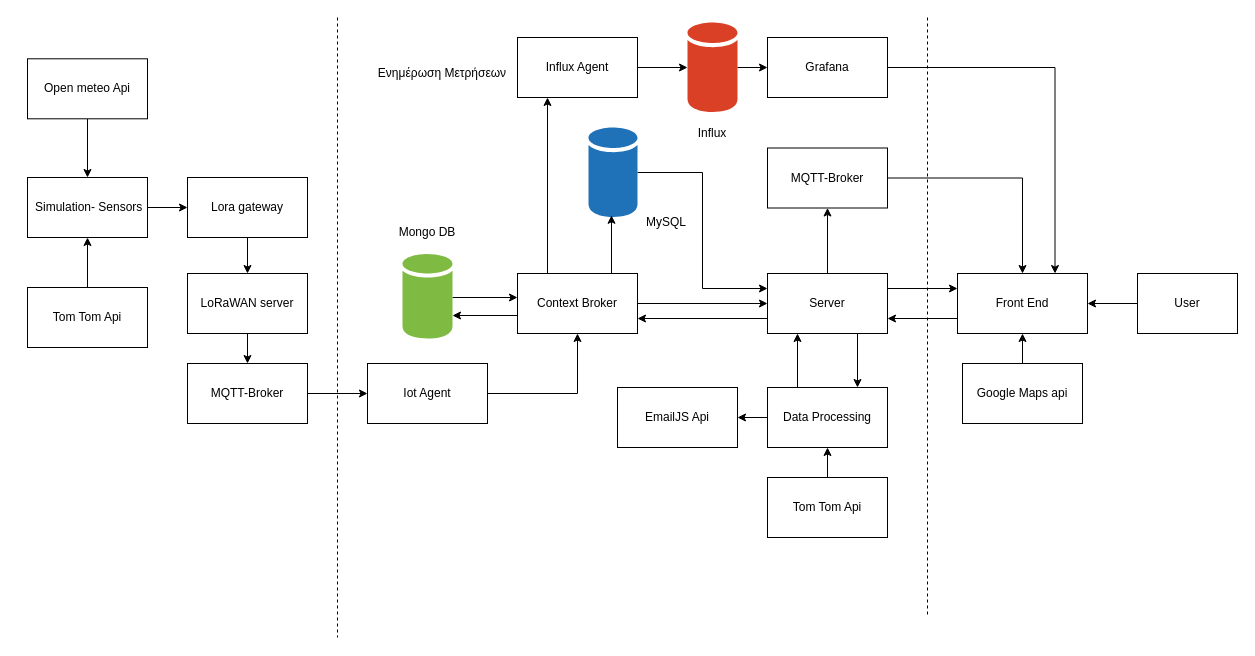
StavropoulosK/Internet-of-Things--Smart-City-Parking--Mqtt--Websockets--Grafana--Influxdb keeps this draw.io diagram as Presentations/Final/architecture.drawio. Above is the earlier version. Source tidied: cells renumbered, new cells numbered last; positions are measured from the earlier drawing's top-left corner, leaving out a move shared by most shapes. Both pictures are drawn from the tidied source at 100%, with x=0, y=0 at pixel (27, 17).
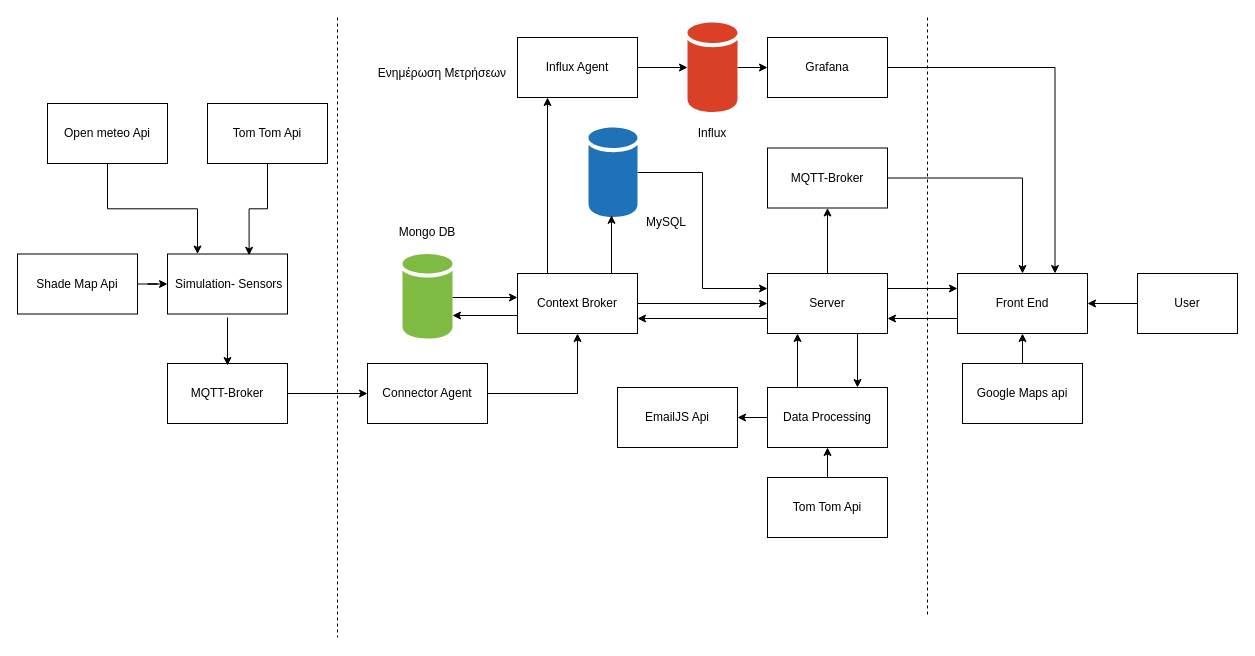
The same page after the edit.

Diff of the diagram source:
```diff
@@
     <mxCell id="3" value="MQTT-Broker" style="rounded=0;whiteSpace=wrap;html=1;" parent="1" vertex="1">
-      <mxGeometry x="160" y="346" width="120" height="60" as="geometry" />
+      <mxGeometry x="140" y="346" width="120" height="60" as="geometry" />
     </mxCell>
@@
-    <mxCell id="19" style="edgeStyle=orthogonalEdgeStyle;rounded=0;jettySize=auto;html=1;" parent="1" edge="1" source="20" target="28">
-      <mxGeometry relative="1" as="geometry" />
-    </mxCell>
     <mxCell id="20" value="&amp;nbsp;Simulation- Sensors" style="rounded=0;whiteSpace=wrap;html=1;" parent="1" vertex="1">
-      <mxGeometry y="160" width="120" height="60" as="geometry" />
+      <mxGeometry x="140" y="236.5" width="120" height="60" as="geometry" />
     </mxCell>
@@
-    <mxCell id="22" value="Iot Agent" style="rounded=0;whiteSpace=wrap;html=1;" parent="1" vertex="1">
+    <mxCell id="22" value="Connector Agent" style="rounded=0;whiteSpace=wrap;html=1;" parent="1" vertex="1">
       <mxGeometry x="340" y="346" width="120" height="60" as="geometry" />
     </mxCell>
@@
-    <mxCell id="25" style="edgeStyle=orthogonalEdgeStyle;rounded=0;jettySize=auto;html=1;" parent="1" edge="1" source="26" target="20">
+    <mxCell id="25" style="edgeStyle=orthogonalEdgeStyle;rounded=0;jettySize=auto;html=1;exitX=0.5;exitY=1;exitDx=0;exitDy=0;entryX=0.25;entryY=0;entryDx=0;entryDy=0;" parent="1" edge="1" source="26" target="20">
       <mxGeometry relative="1" as="geometry" />
     </mxCell>
     <mxCell id="26" value="Open meteo Api" style="rounded=0;whiteSpace=wrap;html=1;" parent="1" vertex="1">
-      <mxGeometry y="41.3" width="120" height="60" as="geometry" />
+      <mxGeometry x="20" y="86" width="120" height="60" as="geometry" />
     </mxCell>
-    <mxCell id="27" style="edgeStyle=orthogonalEdgeStyle;rounded=0;jettySize=auto;html=1;" parent="1" edge="1" source="28" target="30">
-      <mxGeometry relative="1" as="geometry" />
-    </mxCell>
-    <mxCell id="28" value="Lora gateway" style="rounded=0;whiteSpace=wrap;html=1;" parent="1" vertex="1">
-      <mxGeometry x="160" y="160" width="120" height="60" as="geometry" />
-    </mxCell>
-    <mxCell id="29" style="edgeStyle=orthogonalEdgeStyle;rounded=0;jettySize=auto;html=1;" parent="1" edge="1" source="30" target="3">
-      <mxGeometry relative="1" as="geometry" />
-    </mxCell>
-    <mxCell id="30" value="LoRaWAN server" style="rounded=0;whiteSpace=wrap;html=1;" parent="1" vertex="1">
-      <mxGeometry x="160" y="256" width="120" height="60" as="geometry" />
-    </mxCell>
@@
-    <mxCell id="51" style="edgeStyle=orthogonalEdgeStyle;rounded=0;jettySize=auto;html=1;" parent="1" edge="1" source="52" target="20">
-      <mxGeometry relative="1" as="geometry" />
-    </mxCell>
     <mxCell id="52" value="Tom Tom Api" style="rounded=0;whiteSpace=wrap;html=1;" parent="1" vertex="1">
-      <mxGeometry y="270" width="120" height="60" as="geometry" />
+      <mxGeometry x="180" y="86" width="120" height="60" as="geometry" />
     </mxCell>
@@
+    <mxCell id="51" style="edgeStyle=orthogonalEdgeStyle;rounded=0;jettySize=auto;html=1;exitX=0.5;exitY=1;exitDx=0;exitDy=0;entryX=0.68;entryY=0.022;entryDx=0;entryDy=0;entryPerimeter=0;" parent="1" edge="1" source="52" target="20">
+      <mxGeometry relative="1" as="geometry" />
+    </mxCell>
+    <mxCell id="57" style="edgeStyle=orthogonalEdgeStyle;rounded=0;orthogonalLoop=1;jettySize=auto;html=1;entryX=0.68;entryY=0.022;entryDx=0;entryDy=0;entryPerimeter=0;" parent="1" edge="1">
+      <mxGeometry relative="1" as="geometry">
+        <mxPoint x="200" y="300" as="sourcePoint" />
+        <mxPoint x="200" y="348" as="targetPoint" />
+      </mxGeometry>
+    </mxCell>
+    <mxCell id="58" style="edgeStyle=orthogonalEdgeStyle;rounded=0;jettySize=auto;html=1;" parent="1" edge="1" source="59" target="20">
+      <mxGeometry relative="1" as="geometry" />
+    </mxCell>
+    <mxCell id="59" value="Shade Map Api" style="rounded=0;whiteSpace=wrap;html=1;" parent="1" vertex="1">
+      <mxGeometry x="-10" y="236.5" width="120" height="60" as="geometry" />
+    </mxCell>
```
